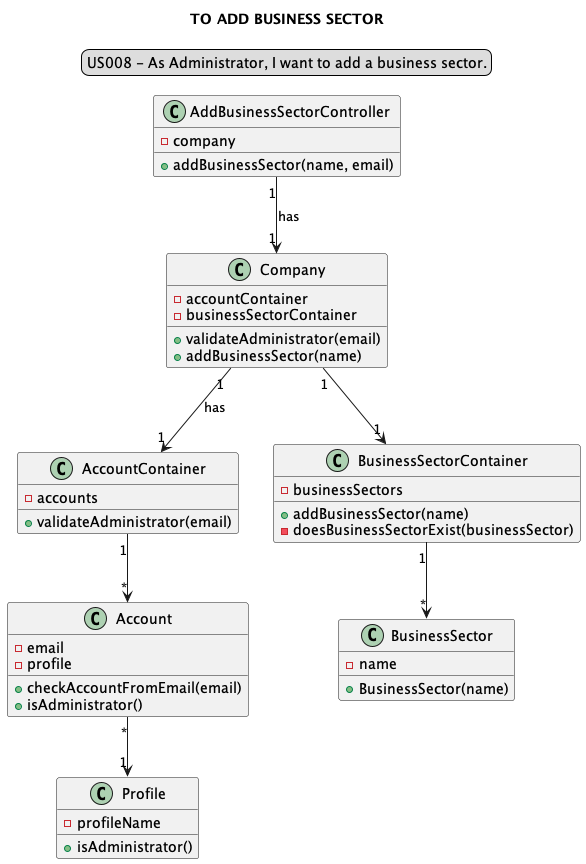
Before: docs/modelling_design/user_stories/sprint02/us008/US008_classDiagram-TO_ADD_BUSINESS_SECTOR.png, a diagram exported from PlantUML (Loracline/project_switch_22-23). The source it was exported from:
```plantuml
@startuml
skinparam sequenceMessageAlign center
title TO ADD BUSINESS SECTOR
legend top
US008 - As Administrator, I want to add a business sector.
end legend
class AddBusinessSectorController {
-company
+addBusinessSector(name, email)
}


class Company {
-accountContainer
-businessSectorContainer
+validateAdministrator(email)
+addBusinessSector(name)
}

class AccountContainer {
-accounts
+validateAdministrator(email)
}

class Account {
-email
-profile
+checkAccountFromEmail(email)
+isAdministrator()
}

class Profile{
-profileName
+isAdministrator()
}

class BusinessSectorContainer {
-businessSectors
+addBusinessSector(name)
-doesBusinessSectorExist(businessSector)
}

class BusinessSector {
-name
+BusinessSector(name)
}

AddBusinessSectorController "1"-->"1" Company: has
Company "1"-->"1"  AccountContainer :has
AccountContainer "1"-->"*"  Account
Account "*"-->"1"  Profile
Company "1"-->"1"  BusinessSectorContainer
BusinessSectorContainer "1"-->"*"  BusinessSector

@enduml
```
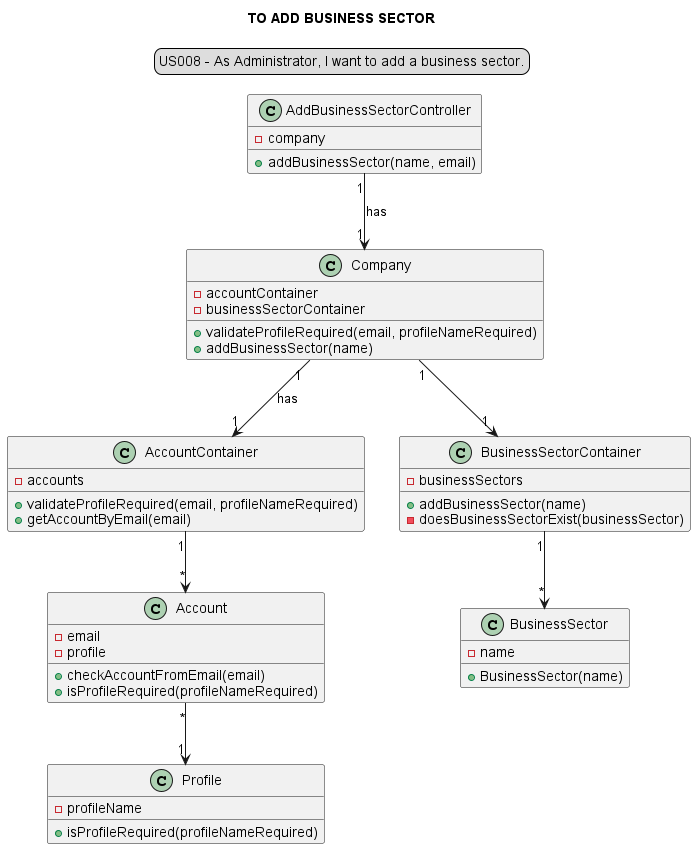
Above is the later version.

What changed in the source:
```diff
@@ -13,25 +13,26 @@
 class Company {
 -accountContainer
 -businessSectorContainer
-+validateAdministrator(email)
++validateProfileRequired(email, profileNameRequired)
 +addBusinessSector(name)
 }
 
 class AccountContainer {
 -accounts
-+validateAdministrator(email)
++validateProfileRequired(email, profileNameRequired)
++getAccountByEmail(email)
 }
 
 class Account {
 -email
 -profile
 +checkAccountFromEmail(email)
-+isAdministrator()
++ isProfileRequired(profileNameRequired)
 }
 
 class Profile{
 -profileName
-+isAdministrator()
++ isProfileRequired(profileNameRequired)
 }
 
 class BusinessSectorContainer {
@@ -45,11 +46,11 @@
 +BusinessSector(name)
 }
 
-AddBusinessSectorController "1"-->"1" Company: has
-Company "1"-->"1"  AccountContainer :has
-AccountContainer "1"-->"*"  Account
-Account "*"-->"1"  Profile
-Company "1"-->"1"  BusinessSectorContainer
-BusinessSectorContainer "1"-->"*"  BusinessSector
+"AddBusinessSectorController" "1"-->"1" "Company" : has
+"Company" "1"-->"1"  "AccountContainer" :has
+"AccountContainer" "1"-->"*"  "Account"
+"Account" "*"-->"1" "Profile"
+"Company" "1"-->"1"  "BusinessSectorContainer"
+"BusinessSectorContainer" "1"-->"*"  "BusinessSector"
 
 @enduml
```
